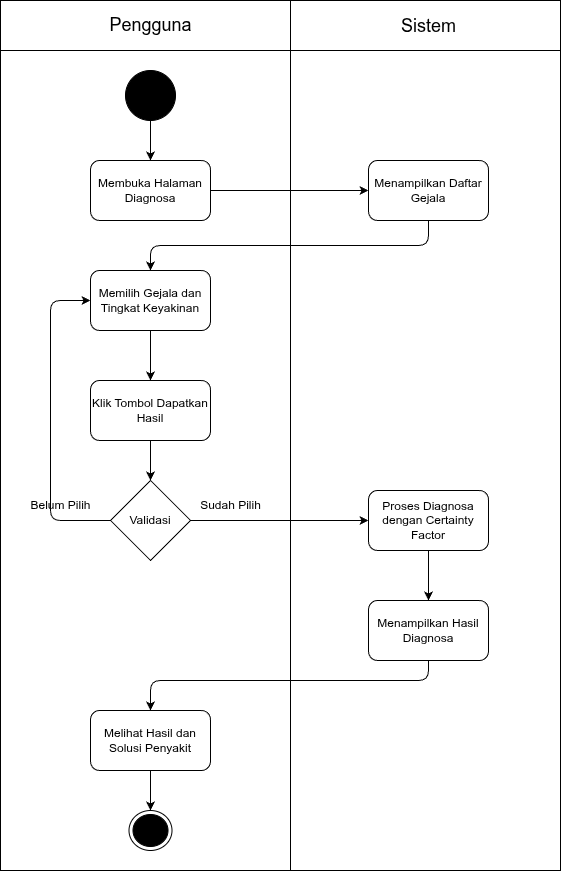
Earlier version of the draw.io export diagram/activity/pengguna/diagnosa-penyakit.png (RajaSunrise/kangkungku). Source tidied: cells renumbered, new cells last; positions are measured from the earlier drawing's top-left corner, leaving out a move shared by most shapes.
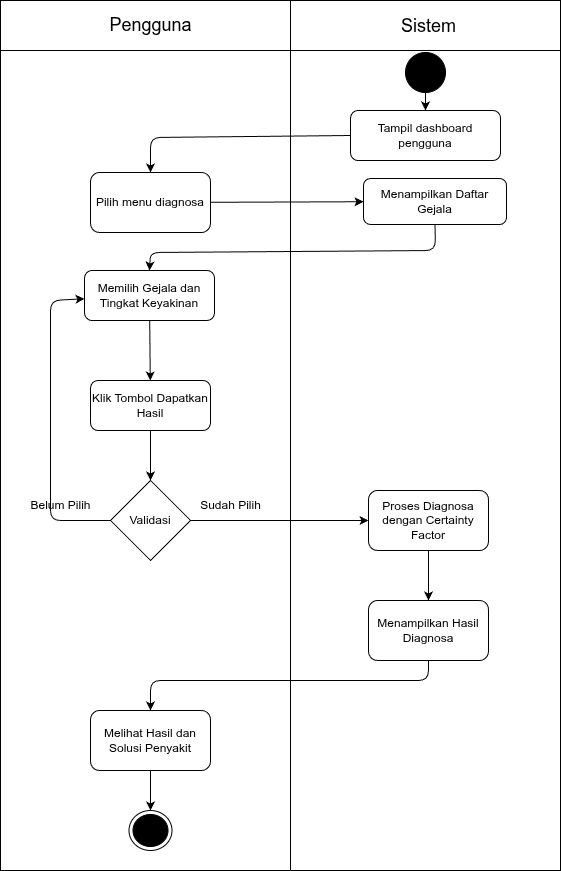
After the change.

Diff of the diagram source:
```diff
@@ -12,33 +12,33 @@
       <mxGeometry x="398" y="11" width="60" height="30" as="geometry" />
     </mxCell>
     <mxCell id="5" style="ellipse;whiteSpace=wrap;html=1;fillColor=#000000;" parent="1" vertex="1">
-      <mxGeometry x="125" y="70" width="50" height="50" as="geometry" />
+      <mxGeometry x="405" y="52" width="40" height="40" as="geometry" />
     </mxCell>
-    <mxCell id="6" style="endArrow=classic;html=1;" parent="1" edge="1" source="5" target="7">
+    <mxCell id="6" style="endArrow=classic;html=1;entryX=0.5;entryY=0;entryDx=0;entryDy=0;" parent="1" edge="1" source="5" target="28">
       <mxGeometry relative="1" as="geometry" />
     </mxCell>
-    <mxCell id="7" value="Membuka Halaman Diagnosa" style="rounded=1;whiteSpace=wrap;html=1;" parent="1" vertex="1">
-      <mxGeometry x="90" y="160" width="120" height="60" as="geometry" />
+    <mxCell id="7" value="Pilih menu diagnosa" style="rounded=1;whiteSpace=wrap;html=1;" parent="1" vertex="1">
+      <mxGeometry x="90" y="172" width="120" height="60" as="geometry" />
     </mxCell>
+    <mxCell id="11" style="edgeStyle=none;html=1;exitX=0.5;exitY=1;exitDx=0;exitDy=0;entryX=0.5;entryY=0;entryDx=0;entryDy=0;" parent="1" edge="1" source="8" target="10">
+      <mxGeometry relative="1" as="geometry">
+        <Array as="points">
+          <mxPoint x="435" y="250" />
+          <mxPoint x="150" y="252" />
+        </Array>
+      </mxGeometry>
+    </mxCell>
     <mxCell id="8" value="Menampilkan Daftar Gejala" style="rounded=1;whiteSpace=wrap;html=1;" parent="1" vertex="1">
-      <mxGeometry x="368" y="160" width="120" height="60" as="geometry" />
+      <mxGeometry x="363" y="178" width="143" height="46" as="geometry" />
     </mxCell>
     <mxCell id="9" style="endArrow=classic;html=1;" parent="1" edge="1" source="7" target="8">
       <mxGeometry relative="1" as="geometry" />
     </mxCell>
     <mxCell id="10" value="Memilih Gejala dan Tingkat Keyakinan" style="rounded=1;whiteSpace=wrap;html=1;" parent="1" vertex="1">
-      <mxGeometry x="90" y="270" width="120" height="60" as="geometry" />
+      <mxGeometry x="84" y="270" width="130" height="50" as="geometry" />
     </mxCell>
-    <mxCell id="11" style="endArrow=classic;html=1;" parent="1" edge="1" source="8" target="10">
-      <mxGeometry relative="1" as="geometry">
-        <Array as="points">
-          <mxPoint x="428" y="245" />
-          <mxPoint x="150" y="245" />
-        </Array>
-      </mxGeometry>
-    </mxCell>
     <mxCell id="12" value="Klik Tombol Dapatkan Hasil" style="rounded=1;whiteSpace=wrap;html=1;" parent="1" vertex="1">
-      <mxGeometry x="90" y="380" width="120" height="60" as="geometry" />
+      <mxGeometry x="90" y="380" width="120" height="50" as="geometry" />
     </mxCell>
     <mxCell id="13" style="endArrow=classic;html=1;" parent="1" edge="1" source="10" target="12">
       <mxGeometry relative="1" as="geometry" />
@@ -92,5 +92,15 @@
     <mxCell id="26" style="endArrow=classic;html=1;" parent="1" edge="1" source="23" target="25">
       <mxGeometry relative="1" as="geometry" />
     </mxCell>
+    <mxCell id="27" style="edgeStyle=none;html=1;exitX=0;exitY=0.5;exitDx=0;exitDy=0;entryX=0.5;entryY=0;entryDx=0;entryDy=0;" parent="1" edge="1" source="28" target="7">
+      <mxGeometry relative="1" as="geometry">
+        <Array as="points">
+          <mxPoint x="150" y="137" />
+        </Array>
+      </mxGeometry>
+    </mxCell>
+    <mxCell id="28" value="Tampil dashboard pengguna" style="rounded=1;whiteSpace=wrap;html=1;" parent="1" vertex="1">
+      <mxGeometry x="350" y="110" width="150" height="50" as="geometry" />
+    </mxCell>
   </root>
 </mxGraphModel>
```
